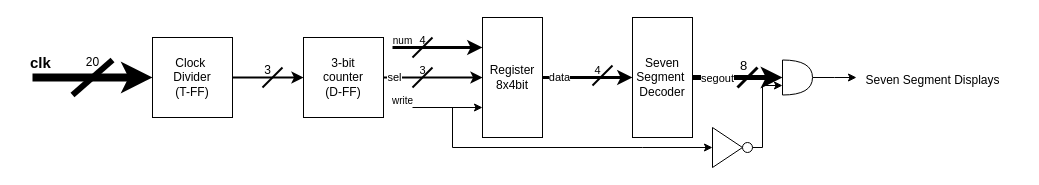
The draw.io diagram page "Page-1" (1 of 3) of SevenSegmentSeq.drawio in abubakar-lgtm/DSD_2023_Abubakar, before the edit. Source tidied: cells renumbered, new cells numbered last; positions are measured from the earlier drawing's top-left corner, leaving out a move shared by most shapes. Both pictures are drawn from the tidied source at 100%, with x=0, y=0 at pixel (17, 17).
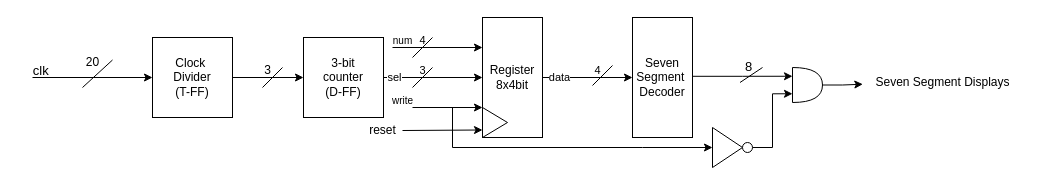
The same page after the edit.

Unchanged cells that the change refers to:
```xml
<mxCell id="3" value="Clock&amp;nbsp;&lt;div&gt;Divider&lt;/div&gt;&lt;div&gt;(T-FF)&lt;/div&gt;" style="whiteSpace=wrap;html=1;" parent="1" vertex="1">
  <mxGeometry x="135" y="20" width="80" height="80" as="geometry" />
</mxCell>
<mxCell id="8" value="3-bit&lt;div&gt;counter&lt;/div&gt;&lt;div&gt;(D-FF)&lt;/div&gt;" style="whiteSpace=wrap;html=1;" parent="1" vertex="1">
  <mxGeometry x="286" y="20" width="80" height="80" as="geometry" />
</mxCell>
<mxCell id="26" value="Seven Segment&amp;nbsp;&lt;div&gt;Decoder&lt;/div&gt;" style="rounded=0;whiteSpace=wrap;html=1;direction=south;" parent="1" vertex="1">
  <mxGeometry x="615" width="60" height="120" as="geometry" />
</mxCell>
<mxCell id="36" style="ellipse;whiteSpace=wrap;html=1;" parent="1" vertex="1">
  <mxGeometry x="725" y="125" width="10" height="10" as="geometry" />
</mxCell>
```

What changed in the source:
```diff
@@
-    <mxCell id="2" style="edgeStyle=orthogonalEdgeStyle;rounded=0;jettySize=auto;html=1;entryX=0;entryY=0.5;entryDx=0;entryDy=0;strokeWidth=2;" parent="1" edge="1" source="3" target="8">
+    <mxCell id="2" style="edgeStyle=orthogonalEdgeStyle;rounded=0;jettySize=auto;html=1;entryX=0;entryY=0.5;entryDx=0;entryDy=0;strokeWidth=1;" parent="1" edge="1" source="3" target="8">
       <mxGeometry relative="1" as="geometry" />
     </mxCell>
@@
-    <mxCell id="4" style="endArrow=classic;html=1;rounded=0;entryX=0;entryY=0.5;entryDx=0;entryDy=0;strokeWidth=8;" parent="1" edge="1" target="3">
+    <mxCell id="4" style="endArrow=classic;html=1;rounded=0;entryX=0;entryY=0.5;entryDx=0;entryDy=0;strokeWidth=1;" parent="1" edge="1" target="3">
       <mxGeometry relative="1" as="geometry">
         <mxPoint x="15" y="60" as="sourcePoint" />
       </mxGeometry>
     </mxCell>
-    <mxCell id="5" value="&lt;b&gt;&lt;font style=&quot;font-size: 15px;&quot;&gt;clk&amp;nbsp;&lt;/font&gt;&lt;/b&gt;" style="text;html=1;align=center;verticalAlign=middle;strokeColor=none;fillColor=none;" parent="1" vertex="1">
-      <mxGeometry y="30" width="50" height="30" as="geometry" />
+    <mxCell id="5" value="&lt;font style=&quot;font-size: 13px;&quot;&gt;clk&amp;nbsp;&lt;/font&gt;" style="text;html=1;align=center;verticalAlign=middle;strokeColor=none;fillColor=none;" parent="1" vertex="1">
+      <mxGeometry x="5" y="38" width="40" height="30" as="geometry" />
     </mxCell>
-    <mxCell id="6" style="edgeStyle=orthogonalEdgeStyle;rounded=0;jettySize=auto;html=1;entryX=0.5;entryY=1;entryDx=0;entryDy=0;strokeWidth=2;" parent="1" edge="1" source="8" target="11">
+    <mxCell id="6" style="edgeStyle=orthogonalEdgeStyle;rounded=0;jettySize=auto;html=1;entryX=0.5;entryY=1;entryDx=0;entryDy=0;strokeWidth=1;" parent="1" edge="1" source="8" target="11">
       <mxGeometry relative="1" as="geometry" />
     </mxCell>
@@
-    <mxCell id="9" style="edgeStyle=orthogonalEdgeStyle;rounded=0;jettySize=auto;html=1;entryX=0.5;entryY=1;entryDx=0;entryDy=0;strokeWidth=3;" parent="1" edge="1" source="11" target="26">
+    <mxCell id="9" style="edgeStyle=orthogonalEdgeStyle;rounded=0;jettySize=auto;html=1;entryX=0.5;entryY=1;entryDx=0;entryDy=0;strokeWidth=1;" parent="1" edge="1" source="11" target="26">
       <mxGeometry relative="1" as="geometry" />
     </mxCell>
@@
-    <mxCell id="11" value="Register&lt;div&gt;8x4bit&lt;/div&gt;" style="rounded=0;whiteSpace=wrap;html=1;direction=south;" parent="1" vertex="1">
-      <mxGeometry x="465" width="60" height="120" as="geometry" />
-    </mxCell>
-    <mxCell id="12" style="endArrow=none;html=1;rounded=0;strokeWidth=6;" parent="1" edge="1">
+    <mxCell id="12" style="endArrow=none;html=1;rounded=0;strokeWidth=1;" parent="1" edge="1">
       <mxGeometry relative="1" as="geometry">
         <mxPoint x="95" y="42.5" as="sourcePoint" />
-        <mxPoint x="55" y="77.5" as="targetPoint" />
+        <mxPoint x="65" y="70" as="targetPoint" />
       </mxGeometry>
     </mxCell>
@@
-    <mxCell id="14" style="endArrow=none;html=1;rounded=0;strokeWidth=2;" parent="1" edge="1">
+    <mxCell id="14" style="endArrow=none;html=1;rounded=0;strokeWidth=1;" parent="1" edge="1">
       <mxGeometry relative="1" as="geometry">
         <mxPoint x="265" y="50" as="sourcePoint" />
         <mxPoint x="245" y="70" as="targetPoint" />
       </mxGeometry>
     </mxCell>
-    <mxCell id="15" value="3" style="text;html=1;align=center;verticalAlign=middle;strokeColor=none;fillColor=none;" parent="1" vertex="1">
+    <mxCell id="15" value="&lt;font&gt;3&lt;/font&gt;" style="text;html=1;align=center;verticalAlign=middle;strokeColor=none;fillColor=none;" parent="1" vertex="1">
       <mxGeometry x="235" y="38" width="30" height="30" as="geometry" />
     </mxCell>
@@
-    <mxCell id="18" style="endArrow=classic;html=1;rounded=0;entryX=0.25;entryY=1;entryDx=0;entryDy=0;strokeWidth=3;" parent="1" edge="1" target="11">
+    <mxCell id="18" style="endArrow=classic;html=1;rounded=0;entryX=0.25;entryY=1;entryDx=0;entryDy=0;strokeWidth=1;" parent="1" edge="1" target="11">
       <mxGeometry relative="1" as="geometry">
         <mxPoint x="375" y="30" as="sourcePoint" />
       </mxGeometry>
     </mxCell>
-    <mxCell id="19" style="endArrow=none;html=1;rounded=0;strokeWidth=2;" parent="1" edge="1">
+    <mxCell id="19" style="endArrow=none;html=1;rounded=0;strokeWidth=1;" parent="1" edge="1">
       <mxGeometry relative="1" as="geometry">
         <mxPoint x="415" y="50" as="sourcePoint" />
         <mxPoint x="395" y="70" as="targetPoint" />
       </mxGeometry>
     </mxCell>
@@
-    <mxCell id="23" style="endArrow=none;html=1;rounded=0;strokeWidth=2;" parent="1" edge="1">
+    <mxCell id="23" style="endArrow=none;html=1;rounded=0;strokeWidth=1;" parent="1" edge="1">
       <mxGeometry relative="1" as="geometry">
         <mxPoint x="415" y="20" as="sourcePoint" />
         <mxPoint x="395" y="40" as="targetPoint" />
       </mxGeometry>
     </mxCell>
-    <mxCell id="24" style="edgeStyle=orthogonalEdgeStyle;rounded=0;jettySize=auto;html=1;fontSize=11;strokeWidth=5;" parent="1" edge="1" source="26" target="33">
-      <mxGeometry relative="1" as="geometry" />
-    </mxCell>
-    <mxCell id="25" value="segout" style="edgeLabel;html=1;align=center;verticalAlign=middle;" parent="24" vertex="1">
-      <mxGeometry x="-0.47" relative="1" as="geometry" />
-    </mxCell>
@@
-    <mxCell id="27" style="endArrow=none;html=1;rounded=0;strokeWidth=2;" parent="1" edge="1">
+    <mxCell id="27" style="endArrow=none;html=1;rounded=0;strokeWidth=1;" parent="1" edge="1">
       <mxGeometry relative="1" as="geometry">
         <mxPoint x="595" y="48" as="sourcePoint" />
         <mxPoint x="575" y="68" as="targetPoint" />
       </mxGeometry>
     </mxCell>
@@
-    <mxCell id="29" style="endArrow=none;html=1;rounded=0;strokeWidth=3;" parent="1" edge="1">
+    <mxCell id="29" style="endArrow=none;html=1;rounded=0;strokeWidth=1;" parent="1" edge="1">
       <mxGeometry relative="1" as="geometry">
-        <mxPoint x="740" y="50" as="sourcePoint" />
-        <mxPoint x="720" y="70" as="targetPoint" />
+        <mxPoint x="745" y="50" as="sourcePoint" />
+        <mxPoint x="722.5" y="65" as="targetPoint" />
       </mxGeometry>
     </mxCell>
     <mxCell id="30" value="&lt;font style=&quot;font-size: 13px;&quot;&gt;8&lt;/font&gt;" style="edgeLabel;html=1;align=center;verticalAlign=middle;" parent="29" vertex="1">
       <mxGeometry x="-0.05" y="-11" relative="1" as="geometry">
-        <mxPoint x="2" y="-4" as="offset" />
+        <mxPoint x="2" as="offset" />
       </mxGeometry>
     </mxCell>
     <mxCell id="31" value="Seven Segment Displays" style="text;html=1;align=center;verticalAlign=middle;points=[];strokeColor=none;fillColor=none;" parent="1" vertex="1">
-      <mxGeometry x="835" y="47.5" width="160" height="30" as="geometry" />
+      <mxGeometry x="845" y="50" width="160" height="30" as="geometry" />
     </mxCell>
-    <mxCell id="32" style="edgeStyle=orthogonalEdgeStyle;rounded=0;jettySize=auto;html=1;" parent="1" edge="1" source="33">
-      <mxGeometry relative="1" as="geometry">
-        <mxPoint x="839" y="60" as="targetPoint" />
-      </mxGeometry>
+    <mxCell id="32" style="edgeStyle=orthogonalEdgeStyle;rounded=0;jettySize=auto;html=1;entryX=0.002;entryY=0.557;entryDx=0;entryDy=0;entryPerimeter=0;" parent="1" edge="1" source="33" target="31">
+      <mxGeometry relative="1" as="geometry" />
     </mxCell>
     <mxCell id="33" style="shape=or;whiteSpace=wrap;html=1;" parent="1" vertex="1">
-      <mxGeometry x="765" y="42.5" width="30" height="35" as="geometry" />
+      <mxGeometry x="775" y="50" width="30" height="35" as="geometry" />
     </mxCell>
@@
-    <mxCell id="37" style="edgeStyle=orthogonalEdgeStyle;rounded=0;jettySize=auto;html=1;exitX=1;exitY=0.5;exitDx=0;exitDy=0;" parent="1" edge="1" source="36">
-      <mxGeometry relative="1" as="geometry">
-        <mxPoint x="765" y="68" as="targetPoint" />
-        <Array as="points">
-          <mxPoint x="745" y="130" />
-          <mxPoint x="745" y="68" />
-        </Array>
-      </mxGeometry>
-    </mxCell>
+    <mxCell id="38" style="edgeStyle=orthogonalEdgeStyle;rounded=0;jettySize=auto;html=1;entryX=0;entryY=0.75;entryDx=0;entryDy=0;entryPerimeter=0;" parent="1" edge="1" source="36" target="33">
+      <mxGeometry relative="1" as="geometry" />
+    </mxCell>
+    <mxCell id="24" style="edgeStyle=orthogonalEdgeStyle;rounded=0;jettySize=auto;html=1;entryX=0;entryY=0.25;entryDx=0;entryDy=0;entryPerimeter=0;" parent="1" edge="1" source="26" target="33">
+      <mxGeometry relative="1" as="geometry">
+        <Array as="points">
+          <mxPoint x="725" y="59" />
+        </Array>
+      </mxGeometry>
+    </mxCell>
+    <mxCell id="39" style="group;" parent="1" vertex="1">
+      <mxGeometry x="465" width="60" height="120" as="geometry" />
+    </mxCell>
+    <mxCell id="11" value="Register&lt;div&gt;8x4bit&lt;/div&gt;" style="rounded=0;whiteSpace=wrap;html=1;direction=south;" parent="39" vertex="1">
+      <mxGeometry width="60" height="120" as="geometry" />
+    </mxCell>
+    <mxCell id="40" style="triangle;whiteSpace=wrap;html=1;" parent="39" vertex="1">
+      <mxGeometry y="90" width="25" height="30" as="geometry" />
+    </mxCell>
+    <mxCell id="41" style="endArrow=classic;html=1;rounded=0;entryX=0;entryY=0.75;entryDx=0;entryDy=0;" parent="1" edge="1" target="40">
+      <mxGeometry relative="1" as="geometry">
+        <mxPoint x="385" y="113" as="sourcePoint" />
+      </mxGeometry>
+    </mxCell>
+    <mxCell id="42" value="reset" style="text;html=1;align=center;verticalAlign=middle;strokeColor=none;fillColor=none;" parent="1" vertex="1">
+      <mxGeometry x="340" y="98" width="50" height="30" as="geometry" />
+    </mxCell>
```
